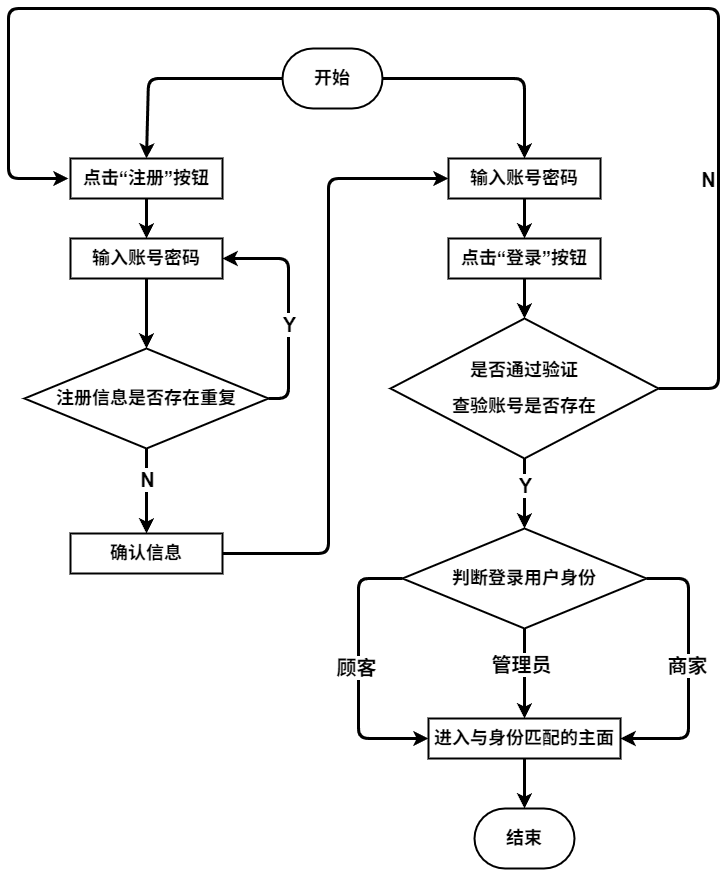
xiyuliu509/microservice-shop keeps this draw.io diagram as 5.drawio.png. Above is the earlier version. Source tidied: cells renumbered, new cells last; positions are measured from the earlier drawing's top-left corner, leaving out a move shared by most shapes.
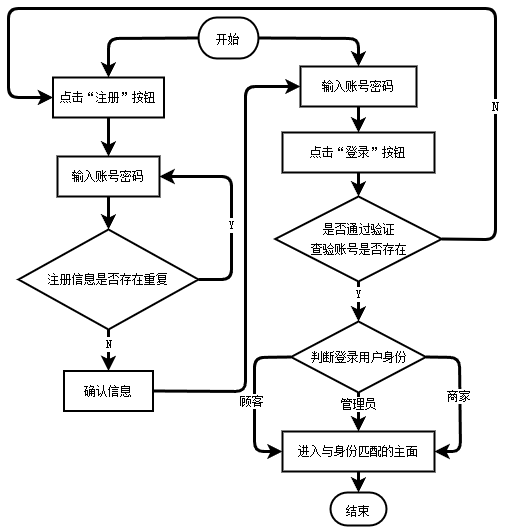
After the commit.

Diff of the diagram source:
```diff
@@ -2,145 +2,146 @@
   <root>
     <mxCell id="0" />
     <mxCell id="1" parent="0" />
-    <mxCell id="2" value="&lt;h2&gt;开始&lt;/h2&gt;" style="strokeWidth=2;html=1;shape=mxgraph.flowchart.terminator;whiteSpace=wrap;" parent="1" vertex="1">
-      <mxGeometry x="274" y="40" width="100" height="60" as="geometry" />
+    <mxCell id="2" value="&lt;h2&gt;&lt;font style=&quot;font-weight: normal; font-size: 12px;&quot;&gt;开始&lt;/font&gt;&lt;/h2&gt;" style="strokeWidth=2;html=1;shape=mxgraph.flowchart.terminator;whiteSpace=wrap;fontFamily=宋体;fontSize=10;" parent="1" vertex="1">
+      <mxGeometry x="273" y="50" width="60" height="41" as="geometry" />
     </mxCell>
-    <mxCell id="3" value="&lt;h2&gt;结束&lt;/h2&gt;" style="strokeWidth=2;html=1;shape=mxgraph.flowchart.terminator;whiteSpace=wrap;" parent="1" vertex="1">
-      <mxGeometry x="466" y="800" width="100" height="60" as="geometry" />
+    <mxCell id="3" value="&lt;h2&gt;&lt;span style=&quot;font-weight: normal;&quot;&gt;&lt;font style=&quot;font-size: 12px;&quot;&gt;结束&lt;/font&gt;&lt;/span&gt;&lt;/h2&gt;" style="strokeWidth=2;html=1;shape=mxgraph.flowchart.terminator;whiteSpace=wrap;fontFamily=宋体;fontSize=10;" parent="1" vertex="1">
+      <mxGeometry x="405" y="525" width="56" height="33" as="geometry" />
     </mxCell>
-    <mxCell id="4" value="&lt;h3&gt;&lt;font style=&quot;font-size: 18px;&quot;&gt;进入与身份匹配的主面&lt;/font&gt;&lt;/h3&gt;" style="rounded=0;whiteSpace=wrap;html=1;strokeWidth=2;" parent="1" vertex="1">
-      <mxGeometry x="420" y="710" width="192" height="40" as="geometry" />
+    <mxCell id="4" value="&lt;h3&gt;&lt;font style=&quot;font-weight: normal; font-size: 12px;&quot;&gt;进入与身份匹配的主面&lt;/font&gt;&lt;/h3&gt;" style="rounded=0;whiteSpace=wrap;html=1;strokeWidth=2;fontFamily=宋体;fontSize=10;" parent="1" vertex="1">
+      <mxGeometry x="357" y="464" width="152" height="40" as="geometry" />
     </mxCell>
-    <mxCell id="5" style="endArrow=classic;html=1;strokeWidth=3;exitX=1;exitY=0.5;exitDx=0;exitDy=0;entryX=0;entryY=0.5;entryDx=0;entryDy=0;" parent="1" edge="1" source="24" target="7">
+    <mxCell id="5" style="endArrow=classic;html=1;strokeWidth=3;exitX=1;exitY=0.5;exitDx=0;exitDy=0;entryX=0;entryY=0.5;entryDx=0;entryDy=0;fontFamily=宋体;fontSize=10;" parent="1" edge="1" source="24" target="7">
       <mxGeometry relative="1" as="geometry">
         <Array as="points">
-          <mxPoint x="320" y="545" />
-          <mxPoint x="320" y="170" />
+          <mxPoint x="320" y="424" />
+          <mxPoint x="320" y="119" />
         </Array>
       </mxGeometry>
     </mxCell>
-    <mxCell id="6" style="endArrow=classic;html=1;strokeWidth=3;exitX=1;exitY=0.5;exitDx=0;exitDy=0;exitPerimeter=0;entryX=0.5;entryY=0;entryDx=0;entryDy=0;" parent="1" edge="1" source="2" target="7">
+    <mxCell id="6" style="endArrow=classic;html=1;strokeWidth=3;exitX=1;exitY=0.5;exitDx=0;exitDy=0;exitPerimeter=0;entryX=0.5;entryY=0;entryDx=0;entryDy=0;fontFamily=宋体;fontSize=10;" parent="1" edge="1" source="2" target="7">
       <mxGeometry relative="1" as="geometry">
         <Array as="points">
-          <mxPoint x="516" y="70" />
+          <mxPoint x="433" y="71" />
         </Array>
       </mxGeometry>
     </mxCell>
-    <mxCell id="7" value="&lt;h3&gt;&lt;font style=&quot;font-size: 18px;&quot;&gt;输入账号密码&lt;/font&gt;&lt;/h3&gt;" style="rounded=0;whiteSpace=wrap;html=1;strokeWidth=2;" parent="1" vertex="1">
-      <mxGeometry x="440" y="150" width="152" height="40" as="geometry" />
+    <mxCell id="7" value="&lt;h3&gt;&lt;font style=&quot;font-weight: normal; font-size: 12px;&quot;&gt;输入账号密码&lt;/font&gt;&lt;/h3&gt;" style="rounded=0;whiteSpace=wrap;html=1;strokeWidth=2;fontFamily=宋体;fontSize=10;" parent="1" vertex="1">
+      <mxGeometry x="375" y="99" width="116" height="40" as="geometry" />
     </mxCell>
-    <mxCell id="8" value="&lt;h3 style=&quot;scrollbar-color: light-dark(#e2e2e2, #4b4b4b)&lt;br/&gt;&#9;&#9;&#9;&#9;&#9;light-dark(#fbfbfb, var(--dark-panel-color));&quot;&gt;&lt;font style=&quot;font-size: 18px;&quot;&gt;点击“登录”按钮&lt;/font&gt;&lt;/h3&gt;" style="rounded=0;whiteSpace=wrap;html=1;strokeWidth=2;" parent="1" vertex="1">
-      <mxGeometry x="440" y="230" width="152" height="40" as="geometry" />
+    <mxCell id="8" value="&lt;h3 style=&quot;scrollbar-color: light-dark(#e2e2e2, #4b4b4b)&lt;br/&gt;&#9;&#9;&#9;&#9;&#9;light-dark(#fbfbfb, var(--dark-panel-color));&quot;&gt;&lt;font style=&quot;font-weight: normal; font-size: 12px;&quot;&gt;点击“登录”按钮&lt;/font&gt;&lt;/h3&gt;" style="rounded=0;whiteSpace=wrap;html=1;strokeWidth=2;fontFamily=宋体;fontSize=10;" parent="1" vertex="1">
+      <mxGeometry x="357" y="165" width="152" height="40" as="geometry" />
     </mxCell>
-    <mxCell id="9" style="endArrow=classic;html=1;strokeWidth=3;exitX=0.5;exitY=1;exitDx=0;exitDy=0;entryX=0.5;entryY=0;entryDx=0;entryDy=0;" parent="1" edge="1" source="7" target="8">
+    <mxCell id="9" style="endArrow=classic;html=1;strokeWidth=3;exitX=0.5;exitY=1;exitDx=0;exitDy=0;entryX=0.5;entryY=0;entryDx=0;entryDy=0;fontFamily=宋体;fontSize=10;" parent="1" edge="1" source="7" target="8">
       <mxGeometry relative="1" as="geometry" />
     </mxCell>
-    <mxCell id="10" value="&lt;h3&gt;&lt;font style=&quot;font-size: 18px;&quot;&gt;是否通过验证&lt;/font&gt;&lt;/h3&gt;&lt;h3&gt;&lt;font style=&quot;font-size: 18px;&quot;&gt;查验账号是否存在&lt;/font&gt;&lt;/h3&gt;" style="strokeWidth=2;html=1;shape=mxgraph.flowchart.decision;whiteSpace=wrap;" parent="1" vertex="1">
-      <mxGeometry x="382" y="310" width="268" height="140" as="geometry" />
+    <mxCell id="10" value="&lt;h3 style=&quot;line-height: 70%;&quot;&gt;&lt;font style=&quot;line-height: 70%; font-size: 12px;&quot;&gt;&lt;span style=&quot;font-weight: normal;&quot;&gt;是否通过验证&lt;/span&gt;&lt;/font&gt;&lt;/h3&gt;&lt;h3 style=&quot;line-height: 70%;&quot;&gt;&lt;font style=&quot;font-weight: normal; line-height: 70%; font-size: 12px;&quot;&gt;查验账号是否存在&lt;/font&gt;&lt;/h3&gt;" style="strokeWidth=2;html=1;shape=mxgraph.flowchart.decision;whiteSpace=wrap;fontFamily=宋体;fontSize=10;" parent="1" vertex="1">
+      <mxGeometry x="349.8" y="229" width="166.5" height="85" as="geometry" />
     </mxCell>
-    <mxCell id="11" style="endArrow=classic;html=1;strokeWidth=3;exitX=0.5;exitY=1;exitDx=0;exitDy=0;" parent="1" edge="1" source="8" target="10">
+    <mxCell id="11" style="endArrow=classic;html=1;strokeWidth=3;exitX=0.5;exitY=1;exitDx=0;exitDy=0;fontFamily=宋体;fontSize=10;" parent="1" edge="1" source="8" target="10">
       <mxGeometry relative="1" as="geometry" />
     </mxCell>
-    <mxCell id="12" style="endArrow=classic;html=1;strokeWidth=3;exitX=0;exitY=0.5;exitDx=0;exitDy=0;exitPerimeter=0;entryX=0.5;entryY=0;entryDx=0;entryDy=0;" parent="1" edge="1" source="2" target="13">
+    <mxCell id="12" style="endArrow=classic;html=1;strokeWidth=3;exitX=0;exitY=0.5;exitDx=0;exitDy=0;exitPerimeter=0;entryX=0.5;entryY=0;entryDx=0;entryDy=0;fontFamily=宋体;fontSize=10;" parent="1" edge="1" source="2" target="13">
       <mxGeometry relative="1" as="geometry">
         <Array as="points">
-          <mxPoint x="140" y="70" />
+          <mxPoint x="183" y="71" />
         </Array>
       </mxGeometry>
     </mxCell>
-    <mxCell id="13" value="&lt;h3&gt;&lt;font style=&quot;font-size: 18px;&quot;&gt;点击“注册”按钮&lt;/font&gt;&lt;/h3&gt;" style="rounded=0;whiteSpace=wrap;html=1;strokeWidth=2;" parent="1" vertex="1">
-      <mxGeometry x="62" y="150" width="152" height="40" as="geometry" />
+    <mxCell id="13" value="&lt;h3&gt;&lt;font style=&quot;font-weight: normal; font-size: 12px;&quot;&gt;点击“注册”按钮&lt;/font&gt;&lt;/h3&gt;" style="rounded=0;whiteSpace=wrap;html=1;strokeWidth=2;fontFamily=宋体;fontSize=10;" parent="1" vertex="1">
+      <mxGeometry x="127.5" y="110" width="111" height="40" as="geometry" />
     </mxCell>
-    <mxCell id="14" value="&lt;h3&gt;&lt;font style=&quot;font-size: 18px;&quot;&gt;输入账号密码&lt;/font&gt;&lt;/h3&gt;" style="rounded=0;whiteSpace=wrap;html=1;strokeWidth=2;" parent="1" vertex="1">
-      <mxGeometry x="62" y="230" width="152" height="40" as="geometry" />
+    <mxCell id="14" value="&lt;h3&gt;&lt;font style=&quot;font-weight: normal; font-size: 12px;&quot;&gt;输入账号密码&lt;/font&gt;&lt;/h3&gt;" style="rounded=0;whiteSpace=wrap;html=1;strokeWidth=2;fontFamily=宋体;fontSize=10;" parent="1" vertex="1">
+      <mxGeometry x="132" y="189" width="102" height="40" as="geometry" />
     </mxCell>
-    <mxCell id="15" style="endArrow=classic;html=1;strokeWidth=3;exitX=0.5;exitY=1;exitDx=0;exitDy=0;entryX=0.5;entryY=0;entryDx=0;entryDy=0;" parent="1" edge="1" source="13" target="14">
+    <mxCell id="15" style="endArrow=classic;html=1;strokeWidth=3;exitX=0.5;exitY=1;exitDx=0;exitDy=0;entryX=0.5;entryY=0;entryDx=0;entryDy=0;fontFamily=宋体;fontSize=10;" parent="1" edge="1" source="13" target="14">
       <mxGeometry relative="1" as="geometry" />
     </mxCell>
-    <mxCell id="16" value="&lt;h3&gt;&lt;font style=&quot;font-size: 18px;&quot;&gt;注册信息是否存在重复&lt;/font&gt;&lt;/h3&gt;" style="strokeWidth=2;html=1;shape=mxgraph.flowchart.decision;whiteSpace=wrap;" parent="1" vertex="1">
-      <mxGeometry x="16" y="340" width="244" height="100" as="geometry" />
+    <mxCell id="16" value="&lt;h3&gt;&lt;font style=&quot;font-weight: normal; font-size: 12px;&quot;&gt;注册信息是否存在重复&lt;/font&gt;&lt;/h3&gt;" style="strokeWidth=2;html=1;shape=mxgraph.flowchart.decision;whiteSpace=wrap;fontFamily=宋体;fontSize=10;" parent="1" vertex="1">
+      <mxGeometry x="93" y="262" width="180" height="100" as="geometry" />
     </mxCell>
-    <mxCell id="17" style="endArrow=classic;html=1;strokeWidth=3;exitX=0.5;exitY=1;exitDx=0;exitDy=0;" parent="1" edge="1" source="14" target="16">
+    <mxCell id="17" style="endArrow=classic;html=1;strokeWidth=3;exitX=0.5;exitY=1;exitDx=0;exitDy=0;fontFamily=宋体;fontSize=10;" parent="1" edge="1" source="14" target="16">
       <mxGeometry relative="1" as="geometry" />
     </mxCell>
-    <mxCell id="18" style="endArrow=classic;html=1;strokeWidth=3;exitX=1;exitY=0.5;exitDx=0;exitDy=0;exitPerimeter=0;" parent="1" edge="1" source="10">
+    <mxCell id="18" style="endArrow=classic;html=1;strokeWidth=3;exitX=1;exitY=0.5;exitDx=0;exitDy=0;exitPerimeter=0;entryX=0;entryY=0.5;entryDx=0;entryDy=0;fontFamily=宋体;fontSize=10;" parent="1" edge="1" source="10" target="13">
       <mxGeometry relative="1" as="geometry">
-        <mxPoint x="60" y="170" as="targetPoint" />
         <Array as="points">
-          <mxPoint x="710" y="380" />
-          <mxPoint x="710" />
-          <mxPoint />
-          <mxPoint y="170" />
+          <mxPoint x="570" y="272" />
+          <mxPoint x="570" y="41" />
+          <mxPoint x="83" y="41" />
+          <mxPoint x="83" y="130" />
         </Array>
       </mxGeometry>
     </mxCell>
-    <mxCell id="19" value="&lt;b&gt;&lt;font style=&quot;font-size: 20px;&quot;&gt;N&lt;/font&gt;&lt;/b&gt;" style="edgeLabel;html=1;align=center;verticalAlign=middle;" parent="18" vertex="1">
-      <mxGeometry x="-0.06" y="1" relative="1" as="geometry">
-        <mxPoint x="199" y="169" as="offset" />
+    <mxCell id="19" value="&lt;font style=&quot;font-size: 13px;&quot;&gt;N&lt;/font&gt;" style="edgeLabel;html=1;align=center;verticalAlign=middle;fontFamily=宋体;fontSize=10;" parent="18" vertex="1">
+      <mxGeometry x="-0.59" y="-4" relative="1" as="geometry">
+        <mxPoint x="-4" as="offset" />
       </mxGeometry>
     </mxCell>
-    <mxCell id="20" style="endArrow=classic;html=1;strokeWidth=3;entryX=1;entryY=0.5;entryDx=0;entryDy=0;exitX=1;exitY=0.5;exitDx=0;exitDy=0;exitPerimeter=0;" parent="1" edge="1" source="16" target="14">
+    <mxCell id="20" style="endArrow=classic;html=1;strokeWidth=3;entryX=1;entryY=0.5;entryDx=0;entryDy=0;exitX=1;exitY=0.5;exitDx=0;exitDy=0;exitPerimeter=0;fontFamily=宋体;fontSize=10;" parent="1" edge="1" source="16" target="14">
       <mxGeometry relative="1" as="geometry">
         <Array as="points">
-          <mxPoint x="280" y="390" />
-          <mxPoint x="280" y="250" />
+          <mxPoint x="306" y="312" />
+          <mxPoint x="306" y="209" />
         </Array>
       </mxGeometry>
     </mxCell>
-    <mxCell id="21" value="&lt;b&gt;&lt;font style=&quot;font-size: 20px;&quot;&gt;Y&lt;/font&gt;&lt;/b&gt;" style="edgeLabel;html=1;align=center;verticalAlign=middle;" parent="20" vertex="1">
+    <mxCell id="21" value="&lt;font style=&quot;font-size: 12px;&quot;&gt;Y&lt;/font&gt;" style="edgeLabel;html=1;align=center;verticalAlign=middle;fontFamily=宋体;fontSize=10;" parent="20" vertex="1">
       <mxGeometry x="-0.16" relative="1" as="geometry" />
     </mxCell>
-    <mxCell id="22" style="endArrow=classic;html=1;strokeWidth=3;exitX=0.5;exitY=1;exitDx=0;exitDy=0;exitPerimeter=0;entryX=0.5;entryY=0;entryDx=0;entryDy=0;" parent="1" edge="1" source="16" target="24">
+    <mxCell id="22" style="endArrow=classic;html=1;strokeWidth=3;exitX=0.5;exitY=1;exitDx=0;exitDy=0;exitPerimeter=0;entryX=0.5;entryY=0;entryDx=0;entryDy=0;fontFamily=宋体;fontSize=10;" parent="1" edge="1" source="16" target="24">
       <mxGeometry relative="1" as="geometry" />
     </mxCell>
-    <mxCell id="23" value="&lt;b&gt;&lt;font style=&quot;font-size: 20px;&quot;&gt;N&lt;/font&gt;&lt;/b&gt;" style="edgeLabel;html=1;align=center;verticalAlign=middle;" parent="22" vertex="1">
+    <mxCell id="23" value="&lt;font style=&quot;font-size: 12px;&quot;&gt;N&lt;/font&gt;" style="edgeLabel;html=1;align=center;verticalAlign=middle;fontFamily=宋体;fontSize=10;" parent="22" vertex="1">
       <mxGeometry x="-0.3" relative="1" as="geometry" />
     </mxCell>
-    <mxCell id="24" value="&lt;b&gt;&lt;font style=&quot;font-size: 18px;&quot;&gt;确认信息&lt;/font&gt;&lt;/b&gt;" style="rounded=0;whiteSpace=wrap;html=1;strokeWidth=2;" parent="1" vertex="1">
-      <mxGeometry x="62" y="525" width="152" height="40" as="geometry" />
+    <mxCell id="24" value="&lt;font style=&quot;font-size: 12px;&quot;&gt;确认信息&lt;/font&gt;" style="rounded=0;whiteSpace=wrap;html=1;strokeWidth=2;fontFamily=宋体;fontSize=10;" parent="1" vertex="1">
+      <mxGeometry x="138.5" y="403.5" width="89" height="40" as="geometry" />
     </mxCell>
-    <mxCell id="25" style="endArrow=classic;html=1;strokeWidth=3;exitX=0.5;exitY=1;exitDx=0;exitDy=0;exitPerimeter=0;entryX=0.5;entryY=0;entryDx=0;entryDy=0;entryPerimeter=0;" parent="1" edge="1" source="10" target="27">
+    <mxCell id="25" style="endArrow=classic;html=1;strokeWidth=3;exitX=0.5;exitY=1;exitDx=0;exitDy=0;exitPerimeter=0;entryX=0.5;entryY=0;entryDx=0;entryDy=0;entryPerimeter=0;fontFamily=宋体;fontSize=10;" parent="1" edge="1" source="10" target="27">
       <mxGeometry relative="1" as="geometry" />
     </mxCell>
-    <mxCell id="26" value="&lt;b&gt;&lt;font style=&quot;font-size: 20px;&quot;&gt;Y&lt;/font&gt;&lt;/b&gt;" style="edgeLabel;html=1;align=center;verticalAlign=middle;" parent="25" vertex="1">
+    <mxCell id="26" value="&lt;font style=&quot;font-size: 12px;&quot;&gt;Y&lt;/font&gt;" style="edgeLabel;html=1;align=center;verticalAlign=middle;fontFamily=宋体;fontSize=10;" parent="25" vertex="1">
       <mxGeometry x="-0.4" y="-4" relative="1" as="geometry">
-        <mxPoint x="4" y="5" as="offset" />
+        <mxPoint x="4" y="1" as="offset" />
       </mxGeometry>
     </mxCell>
-    <mxCell id="27" value="&lt;h3&gt;&lt;font style=&quot;font-size: 18px;&quot;&gt;判断登录用户身份&lt;/font&gt;&lt;/h3&gt;" style="strokeWidth=2;html=1;shape=mxgraph.flowchart.decision;whiteSpace=wrap;" parent="1" vertex="1">
-      <mxGeometry x="394" y="520" width="244" height="100" as="geometry" />
+    <mxCell id="27" value="&lt;h3&gt;&lt;font style=&quot;font-weight: normal; font-size: 12px;&quot;&gt;判断登录用户身份&lt;/font&gt;&lt;/h3&gt;" style="strokeWidth=2;html=1;shape=mxgraph.flowchart.decision;whiteSpace=wrap;fontFamily=宋体;fontSize=10;" parent="1" vertex="1">
+      <mxGeometry x="365.5" y="354" width="135" height="71" as="geometry" />
     </mxCell>
-    <mxCell id="28" style="endArrow=classic;html=1;strokeWidth=3;exitX=0.5;exitY=1;exitDx=0;exitDy=0;exitPerimeter=0;entryX=0.5;entryY=0;entryDx=0;entryDy=0;" parent="1" edge="1" source="27" target="4">
+    <mxCell id="28" style="endArrow=classic;html=1;strokeWidth=3;exitX=0.5;exitY=1;exitDx=0;exitDy=0;exitPerimeter=0;entryX=0.5;entryY=0;entryDx=0;entryDy=0;fontFamily=宋体;fontSize=10;" parent="1" edge="1" source="27" target="4">
       <mxGeometry relative="1" as="geometry" />
     </mxCell>
-    <mxCell id="29" value="&lt;b&gt;&lt;font style=&quot;font-size: 20px;&quot;&gt;管理员&lt;/font&gt;&lt;/b&gt;" style="edgeLabel;html=1;align=center;verticalAlign=middle;" parent="28" vertex="1">
-      <mxGeometry x="-0.23" y="-4" relative="1" as="geometry" />
+    <mxCell id="29" value="&lt;font style=&quot;font-size: 12px;&quot;&gt;管理员&lt;/font&gt;" style="edgeLabel;html=1;align=center;verticalAlign=middle;fontFamily=宋体;fontSize=10;" parent="28" vertex="1">
+      <mxGeometry x="-0.23" y="-4" relative="1" as="geometry">
+        <mxPoint x="4" y="-3" as="offset" />
+      </mxGeometry>
     </mxCell>
-    <mxCell id="30" style="endArrow=classic;html=1;strokeWidth=3;entryX=0;entryY=0.5;entryDx=0;entryDy=0;exitX=0;exitY=0.5;exitDx=0;exitDy=0;exitPerimeter=0;" parent="1" edge="1" source="27" target="4">
+    <mxCell id="30" style="endArrow=classic;html=1;strokeWidth=3;entryX=0;entryY=0.5;entryDx=0;entryDy=0;exitX=0;exitY=0.5;exitDx=0;exitDy=0;exitPerimeter=0;fontFamily=宋体;fontSize=10;" parent="1" edge="1" source="27" target="4">
       <mxGeometry relative="1" as="geometry">
         <Array as="points">
-          <mxPoint x="350" y="570" />
-          <mxPoint x="350" y="730" />
+          <mxPoint x="329" y="390" />
+          <mxPoint x="329" y="484" />
         </Array>
       </mxGeometry>
     </mxCell>
-    <mxCell id="31" value="&lt;b&gt;&lt;font style=&quot;font-size: 20px;&quot;&gt;顾客&lt;/font&gt;&lt;/b&gt;" style="edgeLabel;html=1;align=center;verticalAlign=middle;" parent="30" vertex="1">
+    <mxCell id="31" value="&lt;font style=&quot;font-size: 12px;&quot;&gt;顾客&lt;/font&gt;" style="edgeLabel;html=1;align=center;verticalAlign=middle;fontFamily=宋体;fontSize=10;" parent="30" vertex="1">
       <mxGeometry x="-0.11" y="-3" relative="1" as="geometry">
         <mxPoint y="10" as="offset" />
       </mxGeometry>
     </mxCell>
-    <mxCell id="32" style="endArrow=classic;html=1;strokeWidth=3;exitX=1;exitY=0.5;exitDx=0;exitDy=0;exitPerimeter=0;entryX=1;entryY=0.5;entryDx=0;entryDy=0;" parent="1" edge="1" source="27" target="4">
+    <mxCell id="32" style="endArrow=classic;html=1;strokeWidth=3;exitX=1;exitY=0.5;exitDx=0;exitDy=0;exitPerimeter=0;entryX=1;entryY=0.5;entryDx=0;entryDy=0;fontFamily=宋体;fontSize=10;" parent="1" edge="1" source="27" target="4">
       <mxGeometry relative="1" as="geometry">
         <Array as="points">
-          <mxPoint x="680" y="570" />
-          <mxPoint x="680" y="730" />
+          <mxPoint x="534" y="390" />
+          <mxPoint x="535" y="484" />
         </Array>
       </mxGeometry>
     </mxCell>
-    <mxCell id="33" value="&lt;b&gt;&lt;font style=&quot;font-size: 20px;&quot;&gt;商家&lt;/font&gt;&lt;/b&gt;" style="edgeLabel;html=1;align=center;verticalAlign=middle;" parent="32" vertex="1">
+    <mxCell id="33" value="&lt;font style=&quot;font-size: 12px;&quot;&gt;商家&lt;/font&gt;" style="edgeLabel;html=1;align=center;verticalAlign=middle;fontFamily=宋体;fontSize=10;" parent="32" vertex="1">
       <mxGeometry x="-0.05" y="-2" relative="1" as="geometry" />
     </mxCell>
-    <mxCell id="34" style="endArrow=classic;html=1;strokeWidth=3;exitX=0.5;exitY=1;exitDx=0;exitDy=0;entryX=0.5;entryY=0;entryDx=0;entryDy=0;entryPerimeter=0;" parent="1" edge="1" source="4" target="3">
+    <mxCell id="34" style="endArrow=classic;html=1;strokeWidth=3;exitX=0.5;exitY=1;exitDx=0;exitDy=0;entryX=0.5;entryY=0;entryDx=0;entryDy=0;entryPerimeter=0;fontFamily=宋体;fontSize=10;" parent="1" edge="1" source="4" target="3">
       <mxGeometry relative="1" as="geometry" />
     </mxCell>
   </root>
```
